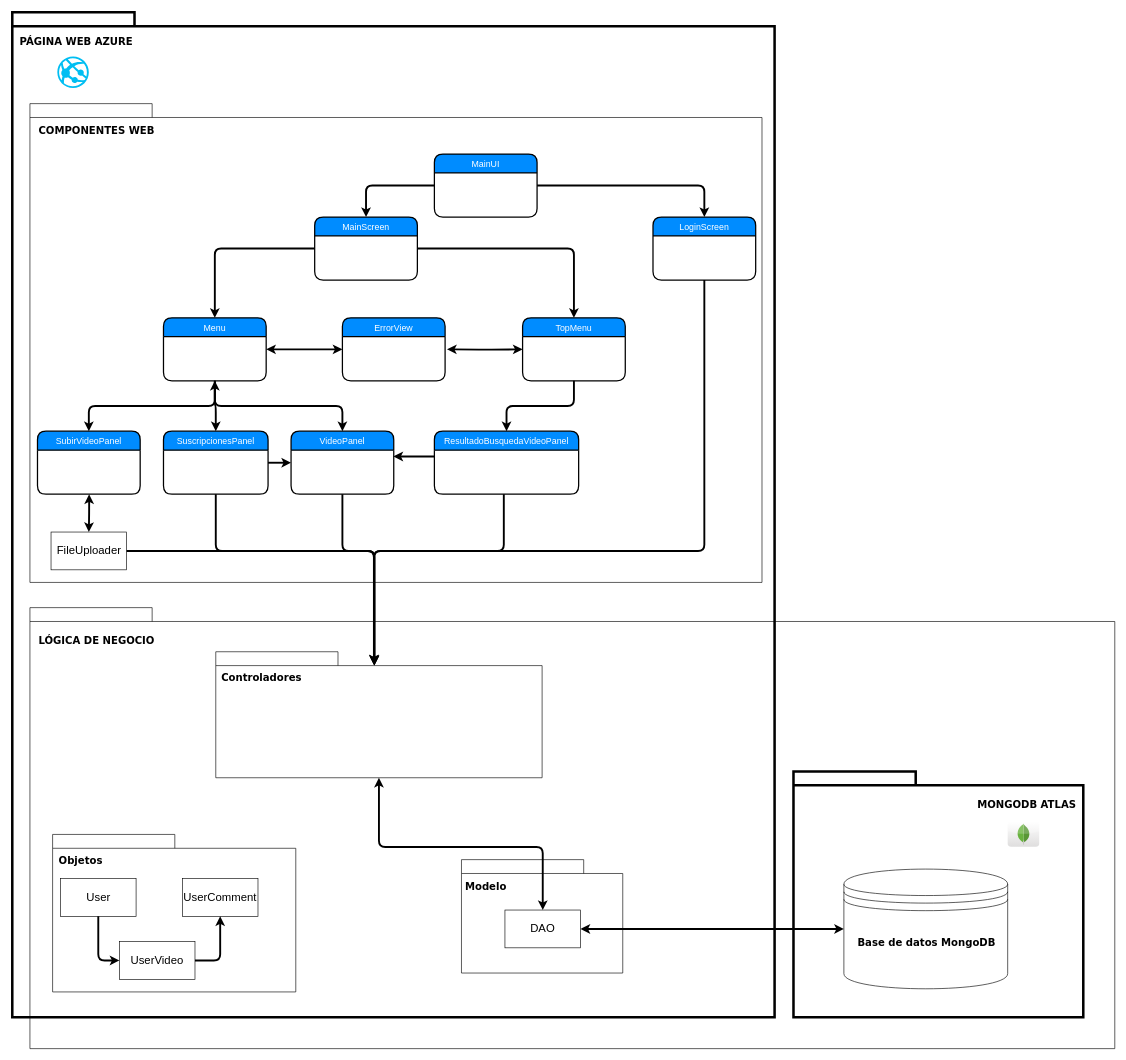
Before: Proyecto/Documentacion/Diagrama Interaccion.drawio in Victor-martinelli/TADEPD, a draw.io diagram. Source tidied: cells renumbered, new cells numbered last; positions are measured from the earlier drawing's top-left corner, leaving out a move shared by most shapes. Both pictures are drawn from the tidied source at 63%, with x=0, y=0 at pixel (12, 12). Pictures stored in the file or linked from it are replaced by grey dashed boxes.
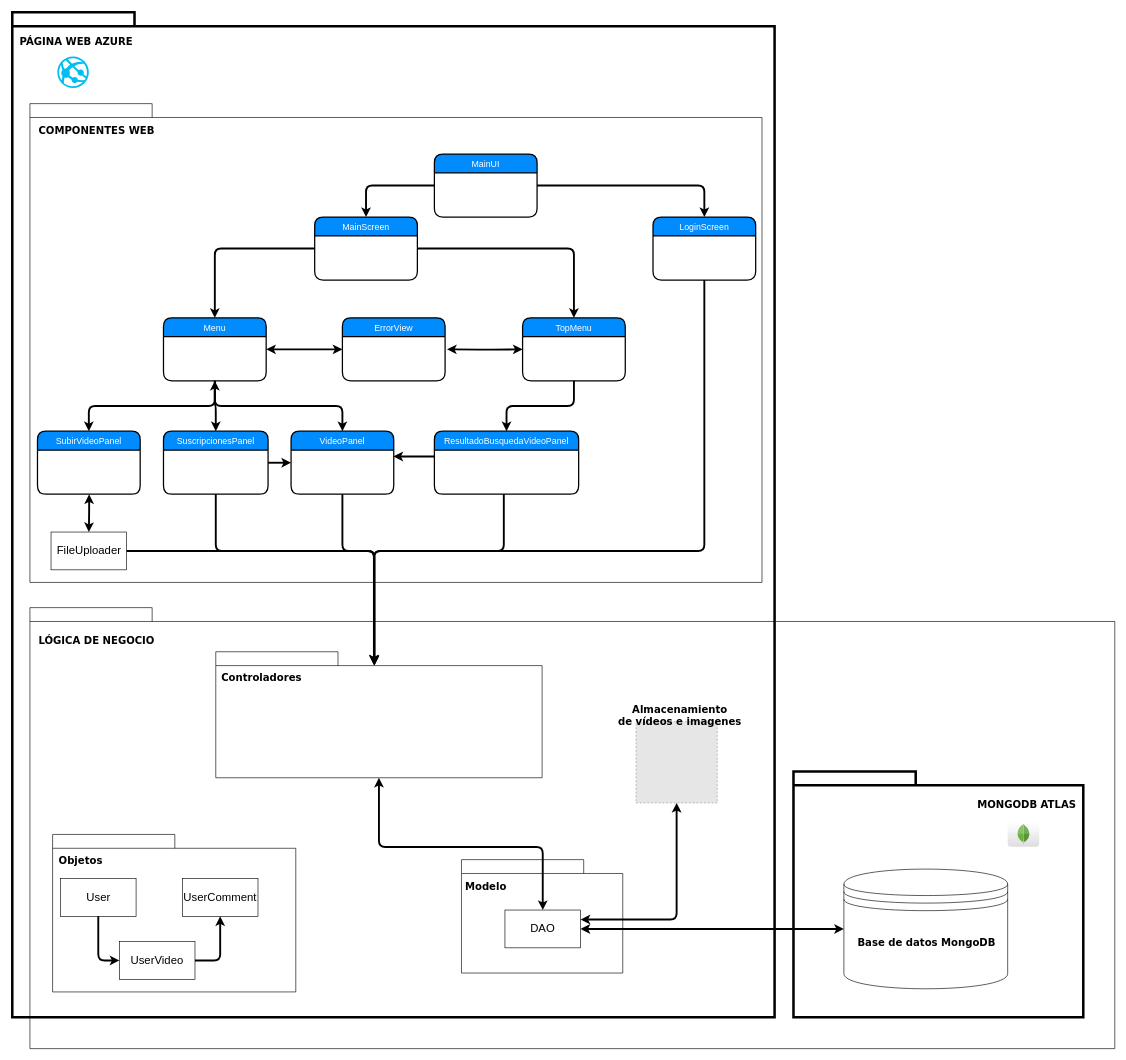
Above is the later version.

Unchanged cells that the change refers to:
```xml
<mxCell id="44" value="&lt;font style=&quot;font-size: 18px&quot;&gt;DAO&lt;/font&gt;" style="rounded=0;whiteSpace=wrap;html=1;" parent="1" vertex="1">
  <mxGeometry x="782" y="1425" width="120" height="60" as="geometry" />
</mxCell>
```

The edit, as a diff of the source:
```diff
@@
+    <mxCell id="57" style="fillColor=#E6E6E6;strokeColor=#999999;dashed=1;html=1;verticalAlign=top;verticalLabelPosition=bottom;labelBackgroundColor=#ffffff;" parent="1" vertex="1">
+      <mxGeometry x="990" y="1126" width="129" height="129" as="geometry" />
+    </mxCell>
+    <mxCell id="58" value="&lt;div style=&quot;text-align: center&quot;&gt;&lt;b style=&quot;font-size: 16px&quot;&gt;Almacenamiento&lt;/b&gt;&lt;/div&gt;&lt;span style=&quot;font-size: 16px&quot;&gt;&lt;b&gt;&lt;div style=&quot;text-align: center&quot;&gt;&lt;b&gt;de vídeos e imagenes&lt;/b&gt;&lt;/div&gt;&lt;/b&gt;&lt;/span&gt;" style="text;html=1;align=left;verticalAlign=top;spacingTop=-4;fontSize=10;fontFamily=Verdana;fontColor=#000000;" parent="1" vertex="1">
+      <mxGeometry x="960" y="1095" width="130" height="20" as="geometry" />
+    </mxCell>
+    <mxCell id="59" style="edgeStyle=orthogonalEdgeStyle;jettySize=auto;html=1;rounded=1;strokeWidth=3;exitX=1;exitY=0.25;exitDx=0;exitDy=0;startArrow=classic;startFill=1;entryX=0.5;entryY=1;entryDx=0;entryDy=0;" parent="1" edge="1" source="44" target="57">
+      <mxGeometry relative="1" as="geometry">
+        <Array as="points">
+          <mxPoint x="1054" y="1440" />
+        </Array>
+      </mxGeometry>
+    </mxCell>
```
